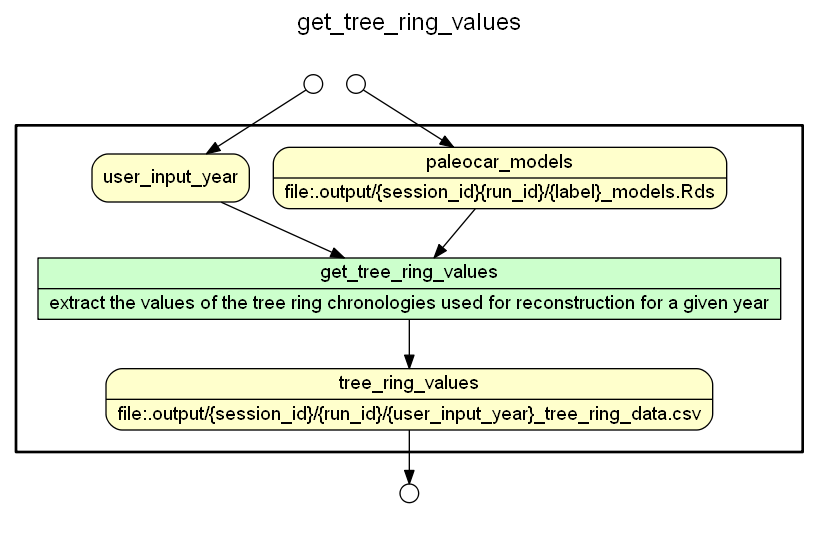
Before: yw/graphs/get_tree_ring_values.png, a diagram exported from Graphviz (idaks/wt-prov-Summer-2017). Its source is kept beside it as yw/gv_files/get_tree_ring_values.gv. The source it was exported from:
```dot
/* Start of top-level graph */
digraph Workflow {
rankdir=TB

/* Title for graph */
fontname=Helvetica; fontsize=18; labelloc=t
label=get_tree_ring_values

/* Start of double cluster for drawing box around nodes in workflow */
subgraph cluster_workflow_box_outer { label=""; color=black; penwidth=2
subgraph cluster_workflow_box_inner { label=""; penwidth=0

/* Style for nodes representing atomic programs in workflow */
node[shape=box style=filled fillcolor="#CCFFCC" peripheries=1 fontname=Helvetica]

/* Nodes representing atomic programs in workflow */
get_tree_ring_values [shape=record rankdir=LR label="{<f0> get_tree_ring_values |<f1> extract the values of the tree ring chronologies used for reconstruction for a given year}"];

/* Style for nodes representing non-parameter data channels in workflow */
node[shape=box style="rounded,filled" fillcolor="#FFFFCC" peripheries=1 fontname=Helvetica]

/* Nodes for non-parameter data channels in workflow */
tree_ring_values [shape=record rankdir=LR label="{<f0> tree_ring_values |<f1> file\:.output/\{session_id\}/\{run_id\}/\{user_input_year\}_tree_ring_data.csv}"];
paleocar_models [shape=record rankdir=LR label="{<f0> paleocar_models |<f1> file\:.output/\{session_id\}\{run_id\}/\{label\}_models.Rds}"];
user_input_year

/* Style for nodes representing parameter channels in workflow */
node[shape=box style="rounded,filled" fillcolor="#FCFCFC" peripheries=1 fontname=Helvetica]

/* Nodes representing parameter channels in workflow */

/* Edges representing connections between programs and channels */
get_tree_ring_values -> tree_ring_values
paleocar_models -> get_tree_ring_values
user_input_year -> get_tree_ring_values

/* End of double cluster for drawing box around nodes in workflow */
}}

/* Hidden double-cluster for grouping workflow input ports */
subgraph cluster_input_ports_group_outer { label=""; penwidth=0
subgraph cluster_input_ports_group_inner { label=""; penwidth=0

/* Style for nodes representing workflow input ports */
node[shape=circle style="rounded,filled" fillcolor="#FFFFFF" peripheries=1 fontname=Helvetica width=0.2]

/* Nodes representing workflow input ports */
paleocar_models_input_port [label=""]
user_input_year_input_port [label=""]

/* End of double-cluster for grouping workflow input ports */
}}

/* Hidden double-cluster for grouping workflow output ports */
subgraph cluster_output_ports_group_outer { label=""; penwidth=0
subgraph cluster_output_ports_group_inner { label=""; penwidth=0

/* Style for nodes representing workflow output ports */
node[shape=circle style="rounded,filled" fillcolor="#FFFFFF" peripheries=1 fontname=Helvetica width=0.2]

/* Nodes representing workflow output ports */
tree_ring_values_output_port [label=""]

/* End of double-cluster for grouping workflow output ports */
}}

/* Edges from input ports to channels */
paleocar_models_input_port -> paleocar_models
user_input_year_input_port -> user_input_year

/* Edges from channels to output ports */
tree_ring_values -> tree_ring_values_output_port

/* End of top-level graph */
}
```
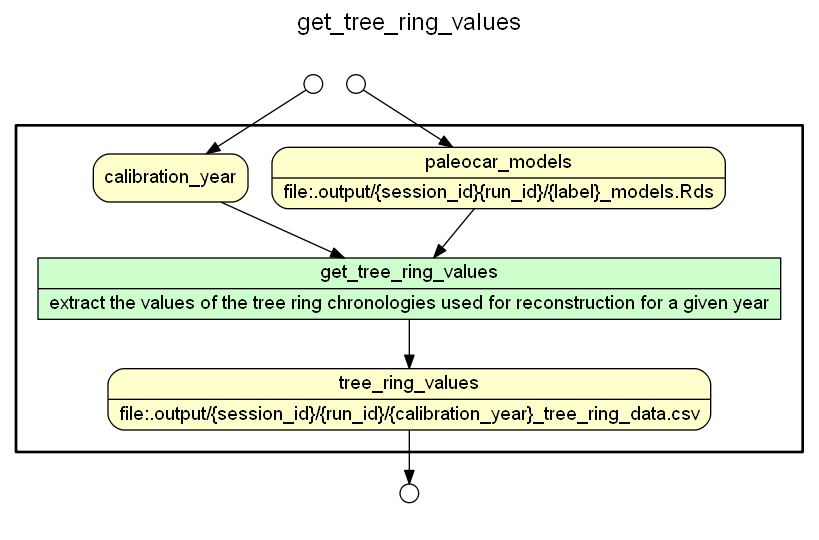
Above is the later version.

Diff of the diagram source:
```diff
@@ -20,9 +20,9 @@
 node[shape=box style="rounded,filled" fillcolor="#FFFFCC" peripheries=1 fontname=Helvetica]
 
 /* Nodes for non-parameter data channels in workflow */
-tree_ring_values [shape=record rankdir=LR label="{<f0> tree_ring_values |<f1> file\:.output/\{session_id\}/\{run_id\}/\{user_input_year\}_tree_ring_data.csv}"];
+tree_ring_values [shape=record rankdir=LR label="{<f0> tree_ring_values |<f1> file\:.output/\{session_id\}/\{run_id\}/\{calibration_year\}_tree_ring_data.csv}"];
 paleocar_models [shape=record rankdir=LR label="{<f0> paleocar_models |<f1> file\:.output/\{session_id\}\{run_id\}/\{label\}_models.Rds}"];
-user_input_year
+calibration_year
 
 /* Style for nodes representing parameter channels in workflow */
 node[shape=box style="rounded,filled" fillcolor="#FCFCFC" peripheries=1 fontname=Helvetica]
@@ -32,7 +32,7 @@
 /* Edges representing connections between programs and channels */
 get_tree_ring_values -> tree_ring_values
 paleocar_models -> get_tree_ring_values
-user_input_year -> get_tree_ring_values
+calibration_year -> get_tree_ring_values
 
 /* End of double cluster for drawing box around nodes in workflow */
 }}
@@ -46,7 +46,7 @@
 
 /* Nodes representing workflow input ports */
 paleocar_models_input_port [label=""]
-user_input_year_input_port [label=""]
+calibration_year_input_port [label=""]
 
 /* End of double-cluster for grouping workflow input ports */
 }}
@@ -66,7 +66,7 @@
 
 /* Edges from input ports to channels */
 paleocar_models_input_port -> paleocar_models
-user_input_year_input_port -> user_input_year
+calibration_year_input_port -> calibration_year
 
 /* Edges from channels to output ports */
 tree_ring_values -> tree_ring_values_output_port
```
